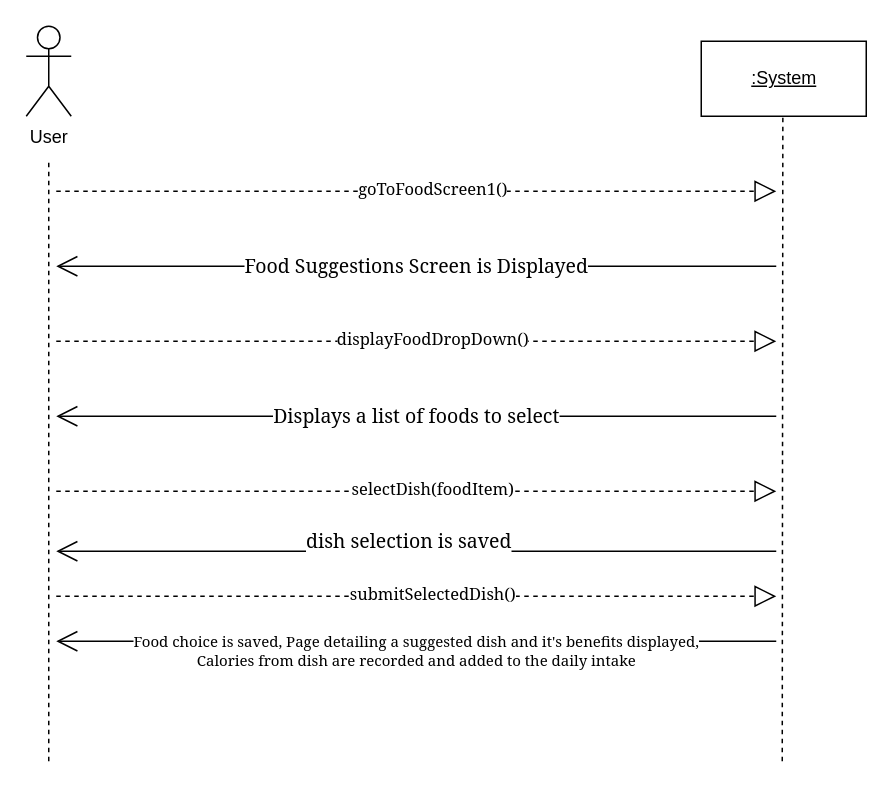
Esaied19/Team-Albatross keeps this draw.io diagram as SSD - Submit Food Item.drawio. Above is the earlier version. Source tidied: cells renumbered, new cells numbered last; positions are measured from the earlier drawing's top-left corner, leaving out a move shared by most shapes. Both pictures are drawn from the tidied source at 150%, with x=0, y=0 at pixel (26, 26).
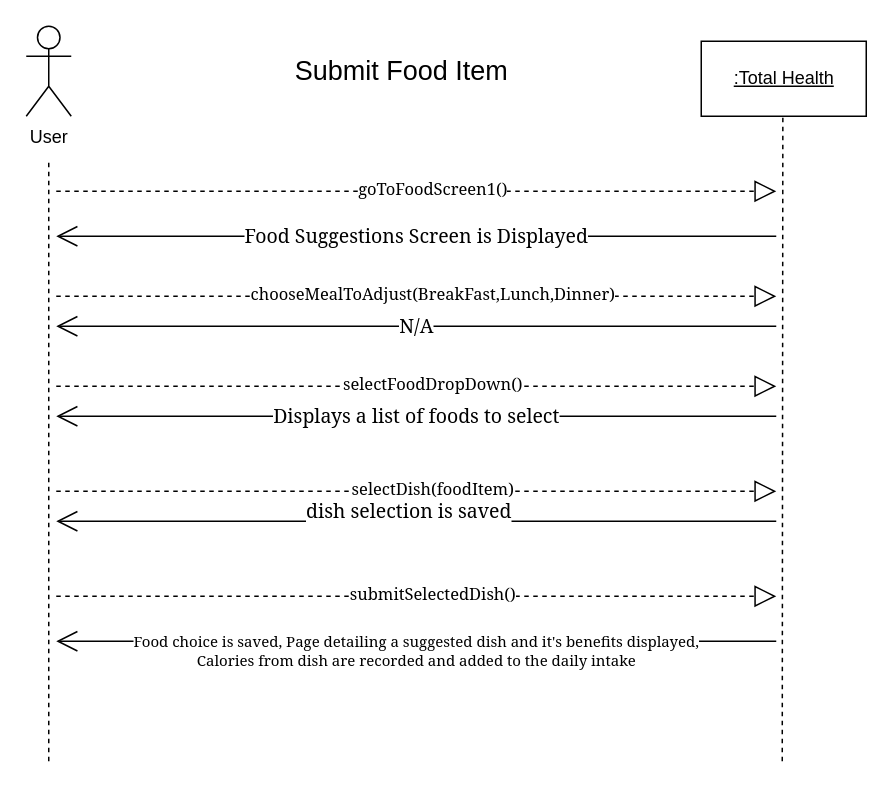
The same page after the edit.

The edit, as a diff of the source:
```diff
@@
-    <mxCell id="3" value="&lt;u&gt;:System&lt;/u&gt;" style="html=1;" parent="1" vertex="1">
+    <mxCell id="3" value="&lt;u&gt;:Total Health&lt;/u&gt;" style="html=1;" parent="1" vertex="1">
       <mxGeometry x="450" y="10" width="110" height="50" as="geometry" />
     </mxCell>
@@
     <mxCell id="6" value="&lt;font face=&quot;Georgia&quot;&gt;&lt;br&gt;&lt;span style=&quot;font-size: 13px ; color: rgb(0 , 0 , 0) ; font-weight: normal ; text-decoration: none ; font-style: normal&quot;&gt;Food Suggestions Screen is Displayed&lt;/span&gt;&lt;br&gt;&lt;br&gt;&lt;/font&gt;" style="endArrow=open;endFill=1;endSize=12;html=1;rounded=0;" parent="1" edge="1">
       <mxGeometry relative="1" as="geometry">
-        <mxPoint x="500" y="160" as="sourcePoint" />
-        <mxPoint x="20" y="160" as="targetPoint" />
+        <mxPoint x="500" y="140" as="sourcePoint" />
+        <mxPoint x="20" y="140" as="targetPoint" />
       </mxGeometry>
     </mxCell>
@@
     <mxCell id="9" style="endArrow=block;dashed=1;endFill=0;endSize=12;html=1;rounded=0;" parent="1" edge="1">
       <mxGeometry relative="1" as="geometry">
-        <mxPoint x="20" y="210" as="sourcePoint" />
-        <mxPoint x="500" y="210" as="targetPoint" />
+        <mxPoint x="20" y="240" as="sourcePoint" />
+        <mxPoint x="500" y="240" as="targetPoint" />
       </mxGeometry>
     </mxCell>
-    <mxCell id="10" value="&lt;font face=&quot;Georgia&quot;&gt;displayFoodDropDown()&lt;/font&gt;" style="edgeLabel;html=1;align=center;verticalAlign=middle;" parent="9" vertex="1">
+    <mxCell id="10" value="&lt;font face=&quot;Georgia&quot;&gt;selectFoodDropDown()&lt;/font&gt;" style="edgeLabel;html=1;align=center;verticalAlign=middle;" parent="9" vertex="1">
       <mxGeometry x="0.04" y="2" relative="1" as="geometry" />
     </mxCell>
@@
     <mxCell id="12" value="&lt;font face=&quot;Georgia&quot;&gt;&lt;span style=&quot;font-size: 13px ; color: rgb(0 , 0 , 0) ; font-weight: normal ; text-decoration: none ; font-style: normal&quot;&gt;&lt;span style=&quot;font-size: 13px ; color: rgb(0 , 0 , 0) ; font-weight: normal ; text-decoration: none ; font-style: normal&quot;&gt;dish selection is save&lt;/span&gt;d&lt;/span&gt;&lt;br&gt;&lt;br&gt;&lt;/font&gt;" style="endArrow=open;endFill=1;endSize=12;html=1;rounded=0;" parent="1" edge="1">
       <mxGeometry x="0.02" relative="1" as="geometry">
-        <mxPoint x="500" y="350" as="sourcePoint" />
-        <mxPoint x="20" y="350" as="targetPoint" />
+        <mxPoint x="500" y="330" as="sourcePoint" />
+        <mxPoint x="20" y="330" as="targetPoint" />
       </mxGeometry>
     </mxCell>
@@
+    <mxCell id="18" style="endArrow=block;dashed=1;endFill=0;endSize=12;html=1;rounded=0;" parent="1" edge="1">
+      <mxGeometry relative="1" as="geometry">
+        <mxPoint x="20" y="180" as="sourcePoint" />
+        <mxPoint x="500" y="180" as="targetPoint" />
+      </mxGeometry>
+    </mxCell>
+    <mxCell id="19" value="&lt;font face=&quot;Georgia&quot;&gt;chooseMealToAdjust(BreakFast,Lunch,Dinner)&lt;/font&gt;" style="edgeLabel;html=1;align=center;verticalAlign=middle;" parent="18" vertex="1">
+      <mxGeometry x="0.04" y="2" relative="1" as="geometry" />
+    </mxCell>
+    <mxCell id="20" value="&lt;font face=&quot;Georgia&quot;&gt;&lt;span style=&quot;font-size: 13px&quot;&gt;N/A&lt;/span&gt;&lt;/font&gt;" style="endArrow=open;endFill=1;endSize=12;html=1;rounded=0;" parent="1" edge="1">
+      <mxGeometry relative="1" as="geometry">
+        <mxPoint x="500" y="200" as="sourcePoint" />
+        <mxPoint x="20" y="200" as="targetPoint" />
+      </mxGeometry>
+    </mxCell>
+    <mxCell id="21" value="&lt;font style=&quot;font-size: 18px&quot;&gt;Submit Food Item&lt;/font&gt;" style="text;html=1;align=center;verticalAlign=middle;fillColor=none;strokeColor=none;rounded=0;" parent="1" vertex="1">
+      <mxGeometry x="170" y="20" width="160" height="20" as="geometry" />
+    </mxCell>
```
